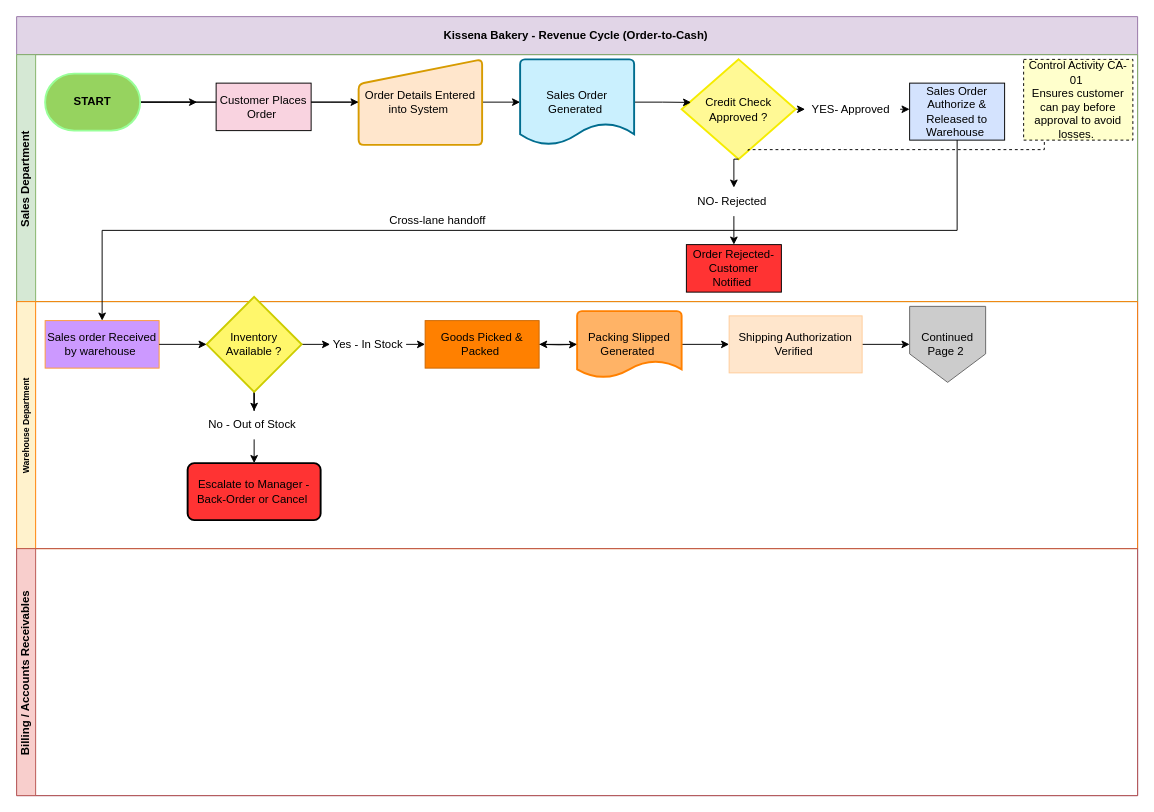
Earlier version of the draw.io diagram page "Page 1" (1 of 2) of Revenue_Cycle_Controls.drawio (Diana-r26/drawio). Source tidied: cells renumbered, new cells numbered last; positions are measured from the earlier drawing's top-left corner, leaving out a move shared by most shapes. Both pictures are drawn from the tidied source at 95%, with x=0, y=0 at pixel (16, 16).
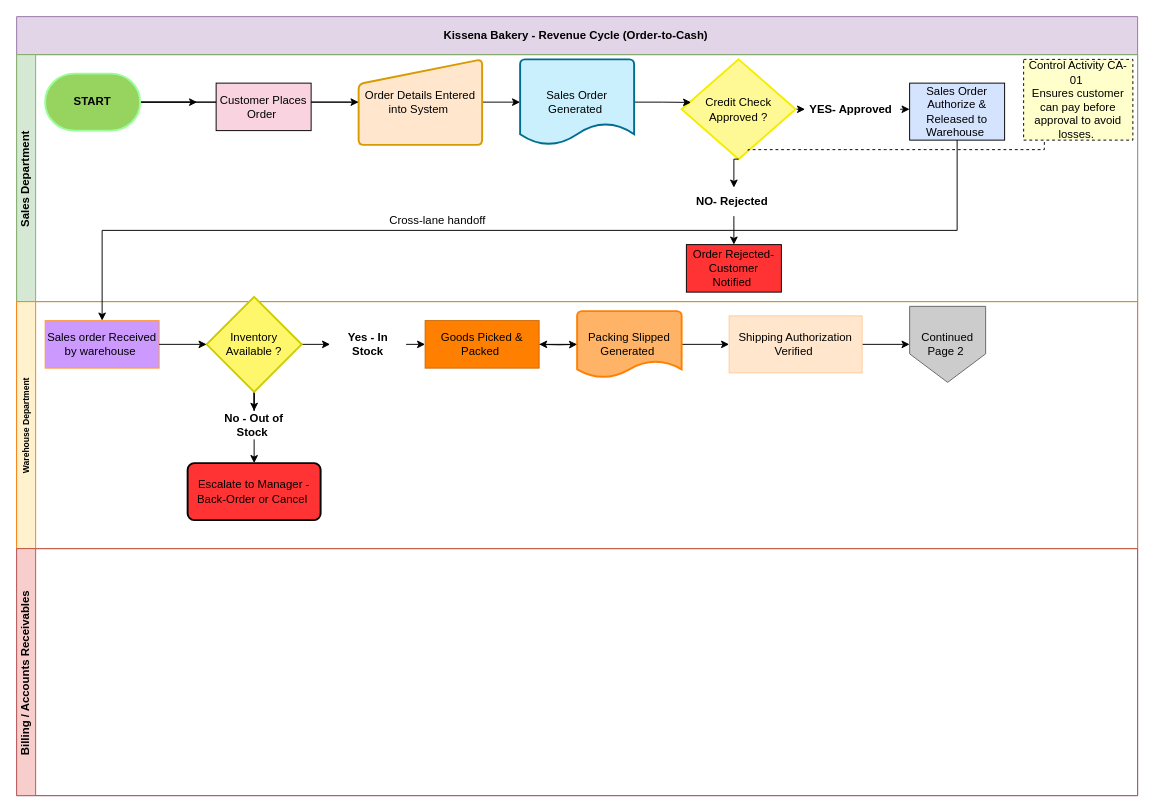
After the change.

Unchanged cells that the change refers to:
```xml
<mxCell id="4" value="Sales Department&amp;nbsp;" style="swimlane;startSize=20;horizontal=0;html=1;fillColor=#d5e8d4;strokeColor=#82b366;fillStyle=solid;" parent="3" vertex="1">
  <mxGeometry y="40" width="1180" height="260" as="geometry" />
</mxCell>
<mxCell id="24" value="&lt;b style=&quot;font-style: normal;&quot;&gt;Warehouse Department&amp;nbsp;&lt;/b&gt;" style="swimlane;startSize=20;horizontal=0;html=1;fillColor=#fff2cc;strokeColor=#FF8000;fontStyle=2;fontSize=9;" parent="3" vertex="1">
  <mxGeometry y="300" width="1180" height="260" as="geometry" />
</mxCell>
```

Change to the diagram source:
```diff
@@
-    <mxCell id="13" value="NO- Rejected&amp;nbsp;" style="text;html=1;whiteSpace=wrap;strokeColor=none;fillColor=none;align=center;verticalAlign=middle;rounded=0;" parent="4" vertex="1">
+    <mxCell id="13" value="&lt;b&gt;NO- Rejected&amp;nbsp;&lt;/b&gt;" style="text;html=1;whiteSpace=wrap;strokeColor=none;fillColor=none;align=center;verticalAlign=middle;rounded=0;" parent="4" vertex="1">
       <mxGeometry x="710" y="140" width="90" height="30" as="geometry" />
     </mxCell>
@@
-    <mxCell id="15" value="YES- Approved&amp;nbsp;" style="text;html=1;whiteSpace=wrap;strokeColor=none;fillColor=none;align=center;verticalAlign=middle;rounded=0;" parent="4" vertex="1">
+    <mxCell id="15" value="&lt;b&gt;YES- Approved&amp;nbsp;&lt;/b&gt;" style="text;html=1;whiteSpace=wrap;strokeColor=none;fillColor=none;align=center;verticalAlign=middle;rounded=0;" parent="4" vertex="1">
       <mxGeometry x="830" y="42.5" width="100" height="30" as="geometry" />
     </mxCell>
@@
-    <mxCell id="31" value="Yes - In Stock" style="text;html=1;whiteSpace=wrap;strokeColor=none;fillColor=none;align=center;verticalAlign=middle;rounded=0;" parent="24" vertex="1">
+    <mxCell id="31" value="&lt;b&gt;Yes - In Stock&lt;/b&gt;" style="text;html=1;whiteSpace=wrap;strokeColor=none;fillColor=none;align=center;verticalAlign=middle;rounded=0;" parent="24" vertex="1">
       <mxGeometry x="330" y="30" width="80" height="30" as="geometry" />
     </mxCell>
@@
-    <mxCell id="33" value="No - Out of Stock&amp;nbsp;" style="text;html=1;whiteSpace=wrap;strokeColor=none;fillColor=none;align=center;verticalAlign=middle;rounded=0;" parent="24" vertex="1">
+    <mxCell id="33" value="&lt;b&gt;No - Out of Stock&amp;nbsp;&lt;/b&gt;" style="text;html=1;whiteSpace=wrap;strokeColor=none;fillColor=none;align=center;verticalAlign=middle;rounded=0;" parent="24" vertex="1">
       <mxGeometry x="200" y="115" width="100" height="30" as="geometry" />
     </mxCell>
```
